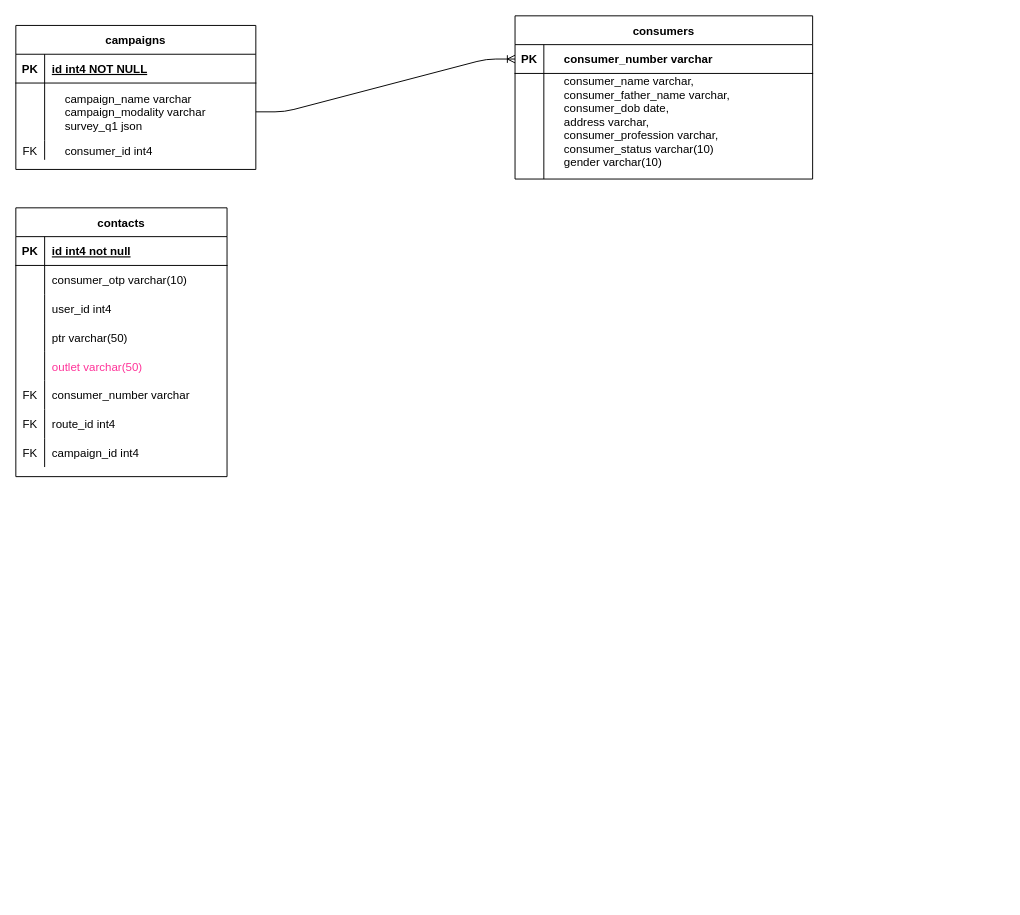
Before: page "Campaign" (4 of 5) of ECRM-ERD.drawio in Shoaib-Shuvo/ERDs-ECRM, a draw.io diagram. Source tidied: cells renumbered, new cells numbered last; positions are measured from the earlier drawing's top-left corner, leaving out a move shared by most shapes. Both pictures are drawn from the tidied source at 96%, with x=0, y=0 at pixel (15, 15).
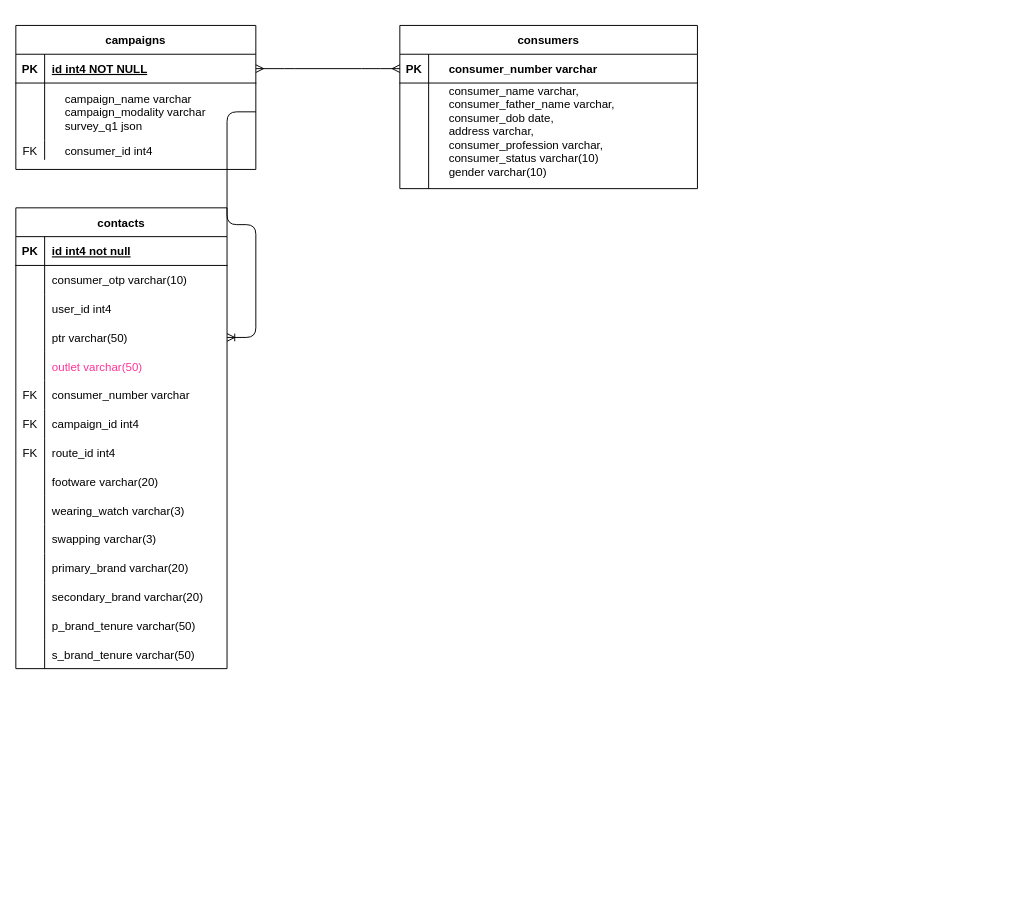
After the change.

Unchanged cells that the change refers to:
```xml
<mxCell id="3" style="shape=partialRectangle;fillColor=none;points=[[0,0.5],[1,0.5]];portConstraint=eastwest;top=0;left=0;right=0;bottom=1;" parent="2" vertex="1">
  <mxGeometry y="30" width="250" height="30" as="geometry" />
</mxCell>
<mxCell id="6" style="shape=partialRectangle;fillColor=none;points=[[0,0.5],[1,0.5]];portConstraint=eastwest;top=0;left=0;right=0;bottom=0;" parent="2" vertex="1">
  <mxGeometry y="60" width="250" height="60" as="geometry" />
</mxCell>
<mxCell id="13" style="shape=partialRectangle;fillColor=none;points=[[0,0.5],[1,0.5]];portConstraint=eastwest;top=0;left=0;right=0;bottom=1;" parent="12" vertex="1">
  <mxGeometry y="30" width="310" height="30" as="geometry" />
</mxCell>
<mxCell id="30" style="shape=partialRectangle;fillColor=none;top=0;left=0;bottom=0;right=0;points=[[0,0.5],[1,0.5]];portConstraint=eastwest;" parent="20" vertex="1">
  <mxGeometry y="120" width="220" height="30" as="geometry" />
</mxCell>
```

What changed in the source:
```diff
@@
     <mxCell id="12" value="consumers" style="shape=table;startSize=30;childLayout=tableLayout;rowLines=0;fontStyle=1;align=center;" parent="1" vertex="1">
-      <mxGeometry x="520" width="310" height="170" as="geometry" />
+      <mxGeometry x="400" y="10" width="310" height="170" as="geometry" />
     </mxCell>
@@
     <mxCell id="20" value="contacts" style="shape=table;startSize=30;childLayout=tableLayout;rowLines=0;fontStyle=1;align=center;" parent="1" vertex="1">
-      <mxGeometry y="200" width="220" height="280" as="geometry" />
+      <mxGeometry y="200" width="220" height="480" as="geometry" />
     </mxCell>
@@
+    <mxCell id="42" style="shape=partialRectangle;fillColor=none;top=0;left=0;bottom=0;right=0;" parent="20" vertex="1">
+      <mxGeometry y="210" width="220" height="30" as="geometry" />
+    </mxCell>
+    <mxCell id="43" value="FK" style="shape=partialRectangle;fillColor=none;top=0;left=0;bottom=0;right=0;overflow=hidden;" parent="42" vertex="1">
+      <mxGeometry width="30" height="30" as="geometry" />
+    </mxCell>
+    <mxCell id="44" value="campaign_id int4" style="shape=partialRectangle;fillColor=none;top=0;left=0;bottom=0;right=0;align=left;spacingLeft=6;overflow=hidden;" parent="42" vertex="1">
+      <mxGeometry x="30" width="190" height="30" as="geometry" />
+    </mxCell>
     <mxCell id="39" style="shape=partialRectangle;fillColor=none;top=0;left=0;bottom=0;right=0;" parent="20" vertex="1">
-      <mxGeometry y="210" width="220" height="30" as="geometry" />
+      <mxGeometry y="240" width="220" height="30" as="geometry" />
     </mxCell>
@@
-    <mxCell id="42" style="shape=partialRectangle;fillColor=none;top=0;left=0;bottom=0;right=0;" parent="20" vertex="1">
-      <mxGeometry y="240" width="220" height="30" as="geometry" />
-    </mxCell>
-    <mxCell id="43" value="FK" style="shape=partialRectangle;fillColor=none;top=0;left=0;bottom=0;right=0;overflow=hidden;" parent="42" vertex="1">
-      <mxGeometry width="30" height="30" as="geometry" />
-    </mxCell>
-    <mxCell id="44" value="campaign_id int4" style="shape=partialRectangle;fillColor=none;top=0;left=0;bottom=0;right=0;align=left;spacingLeft=6;overflow=hidden;" parent="42" vertex="1">
-      <mxGeometry x="30" width="190" height="30" as="geometry" />
-    </mxCell>
-    <mxCell id="45" style="edgeStyle=entityRelationEdgeStyle;fontSize=12;html=1;endArrow=ERoneToMany;entryX=0;entryY=0.5;entryDx=0;entryDy=0;" parent="1" edge="1" source="6" target="13">
-      <mxGeometry relative="1" as="geometry" />
-    </mxCell>
+    <mxCell id="46" style="shape=partialRectangle;fillColor=none;top=0;left=0;bottom=0;right=0;" parent="20" vertex="1">
+      <mxGeometry y="270" width="220" height="30" as="geometry" />
+    </mxCell>
+    <mxCell id="47" style="shape=partialRectangle;fillColor=none;top=0;left=0;bottom=0;right=0;overflow=hidden;" parent="46" vertex="1">
+      <mxGeometry width="30" height="30" as="geometry" />
+    </mxCell>
+    <mxCell id="48" value="footware varchar(20)" style="shape=partialRectangle;fillColor=none;top=0;left=0;bottom=0;right=0;align=left;spacingLeft=6;overflow=hidden;" parent="46" vertex="1">
+      <mxGeometry x="30" width="190" height="30" as="geometry" />
+    </mxCell>
+    <mxCell id="49" style="shape=partialRectangle;fillColor=none;top=0;left=0;bottom=0;right=0;" parent="20" vertex="1">
+      <mxGeometry y="300" width="220" height="30" as="geometry" />
+    </mxCell>
+    <mxCell id="50" style="shape=partialRectangle;fillColor=none;top=0;left=0;bottom=0;right=0;overflow=hidden;" parent="49" vertex="1">
+      <mxGeometry width="30" height="30" as="geometry" />
+    </mxCell>
+    <mxCell id="51" value="wearing_watch varchar(3)" style="shape=partialRectangle;fillColor=none;top=0;left=0;bottom=0;right=0;align=left;spacingLeft=6;overflow=hidden;" parent="49" vertex="1">
+      <mxGeometry x="30" width="190" height="30" as="geometry" />
+    </mxCell>
+    <mxCell id="52" style="shape=partialRectangle;fillColor=none;top=0;left=0;bottom=0;right=0;" parent="20" vertex="1">
+      <mxGeometry y="330" width="220" height="30" as="geometry" />
+    </mxCell>
+    <mxCell id="53" style="shape=partialRectangle;fillColor=none;top=0;left=0;bottom=0;right=0;overflow=hidden;" parent="52" vertex="1">
+      <mxGeometry width="30" height="30" as="geometry" />
+    </mxCell>
+    <mxCell id="54" value="swapping varchar(3)" style="shape=partialRectangle;fillColor=none;top=0;left=0;bottom=0;right=0;align=left;spacingLeft=6;overflow=hidden;" parent="52" vertex="1">
+      <mxGeometry x="30" width="190" height="30" as="geometry" />
+    </mxCell>
+    <mxCell id="55" style="shape=partialRectangle;fillColor=none;top=0;left=0;bottom=0;right=0;" parent="20" vertex="1">
+      <mxGeometry y="360" width="220" height="30" as="geometry" />
+    </mxCell>
+    <mxCell id="56" style="shape=partialRectangle;fillColor=none;top=0;left=0;bottom=0;right=0;overflow=hidden;" parent="55" vertex="1">
+      <mxGeometry width="30" height="30" as="geometry" />
+    </mxCell>
+    <mxCell id="57" value="primary_brand varchar(20)" style="shape=partialRectangle;fillColor=none;top=0;left=0;bottom=0;right=0;align=left;spacingLeft=6;overflow=hidden;" parent="55" vertex="1">
+      <mxGeometry x="30" width="190" height="30" as="geometry" />
+    </mxCell>
+    <mxCell id="58" style="shape=partialRectangle;fillColor=none;top=0;left=0;bottom=0;right=0;" parent="20" vertex="1">
+      <mxGeometry y="390" width="220" height="30" as="geometry" />
+    </mxCell>
+    <mxCell id="59" style="shape=partialRectangle;fillColor=none;top=0;left=0;bottom=0;right=0;overflow=hidden;" parent="58" vertex="1">
+      <mxGeometry width="30" height="30" as="geometry" />
+    </mxCell>
+    <mxCell id="60" value="secondary_brand varchar(20)" style="shape=partialRectangle;fillColor=none;top=0;left=0;bottom=0;right=0;align=left;spacingLeft=6;overflow=hidden;" parent="58" vertex="1">
+      <mxGeometry x="30" width="190" height="30" as="geometry" />
+    </mxCell>
+    <mxCell id="61" style="shape=partialRectangle;fillColor=none;top=0;left=0;bottom=0;right=0;" parent="20" vertex="1">
+      <mxGeometry y="420" width="220" height="30" as="geometry" />
+    </mxCell>
+    <mxCell id="62" style="shape=partialRectangle;fillColor=none;top=0;left=0;bottom=0;right=0;overflow=hidden;" parent="61" vertex="1">
+      <mxGeometry width="30" height="30" as="geometry" />
+    </mxCell>
+    <mxCell id="63" value="p_brand_tenure varchar(50)" style="shape=partialRectangle;fillColor=none;top=0;left=0;bottom=0;right=0;align=left;spacingLeft=6;overflow=hidden;" parent="61" vertex="1">
+      <mxGeometry x="30" width="190" height="30" as="geometry" />
+    </mxCell>
+    <mxCell id="64" style="shape=partialRectangle;fillColor=none;top=0;left=0;bottom=0;right=0;" parent="20" vertex="1">
+      <mxGeometry y="450" width="220" height="30" as="geometry" />
+    </mxCell>
+    <mxCell id="65" style="shape=partialRectangle;fillColor=none;top=0;left=0;bottom=0;right=0;overflow=hidden;" parent="64" vertex="1">
+      <mxGeometry width="30" height="30" as="geometry" />
+    </mxCell>
+    <mxCell id="66" value="s_brand_tenure varchar(50)" style="shape=partialRectangle;fillColor=none;top=0;left=0;bottom=0;right=0;align=left;spacingLeft=6;overflow=hidden;" parent="64" vertex="1">
+      <mxGeometry x="30" width="190" height="30" as="geometry" />
+    </mxCell>
+    <mxCell id="67" style="edgeStyle=entityRelationEdgeStyle;fontSize=12;html=1;endArrow=ERoneToMany;exitX=1;exitY=0.5;exitDx=0;exitDy=0;" parent="1" edge="1" source="6" target="30">
+      <mxGeometry relative="1" as="geometry" />
+    </mxCell>
+    <mxCell id="68" style="edgeStyle=entityRelationEdgeStyle;fontSize=12;html=1;endArrow=ERmany;startArrow=ERmany;exitX=1;exitY=0.5;exitDx=0;exitDy=0;entryX=0;entryY=0.5;entryDx=0;entryDy=0;" parent="1" edge="1" source="3" target="13">
+      <mxGeometry relative="1" as="geometry" />
+    </mxCell>
```
